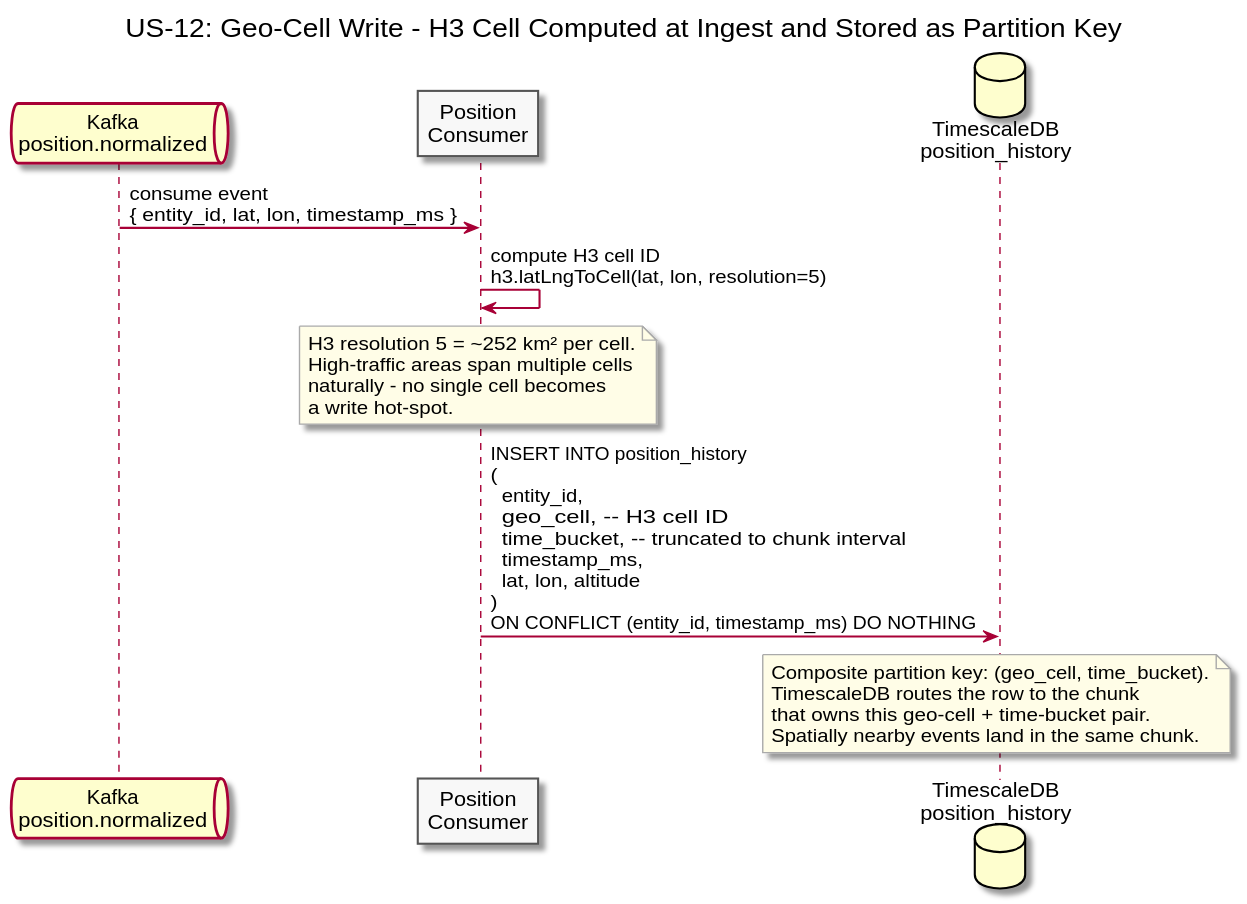
Above: diagrams/docs/use-cases/US-12-geo-spatial-efficiency/geo-cell-write.svg in Buffden/sentinel (PlantUML), before the change.
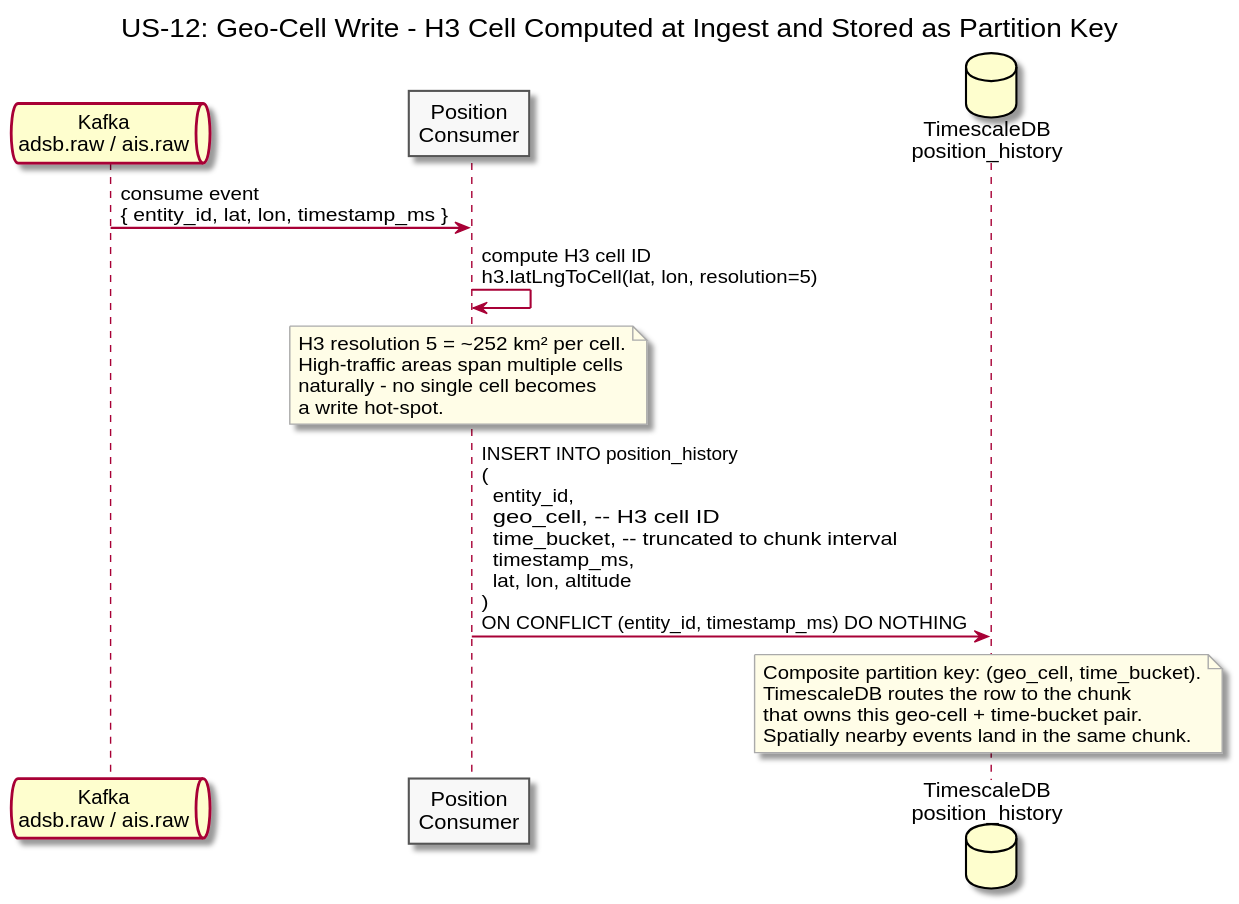
After the change.

Diff of the diagram source:
```diff
@@ -7,7 +7,7 @@
 skinparam noteBorderColor #AAAAAA
 skinparam noteBackgroundColor #FFFDE7
 
-queue "Kafka\nposition.normalized" as Kafka
+queue "Kafka\nadsb.raw / ais.raw" as Kafka
 participant "Position\nConsumer" as Consumer
 database "TimescaleDB\nposition_history" as TSDB
 
```
